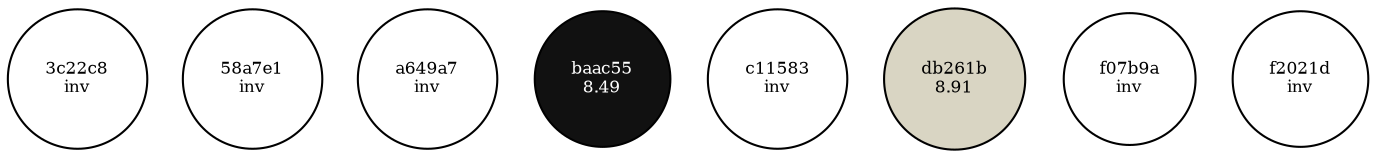
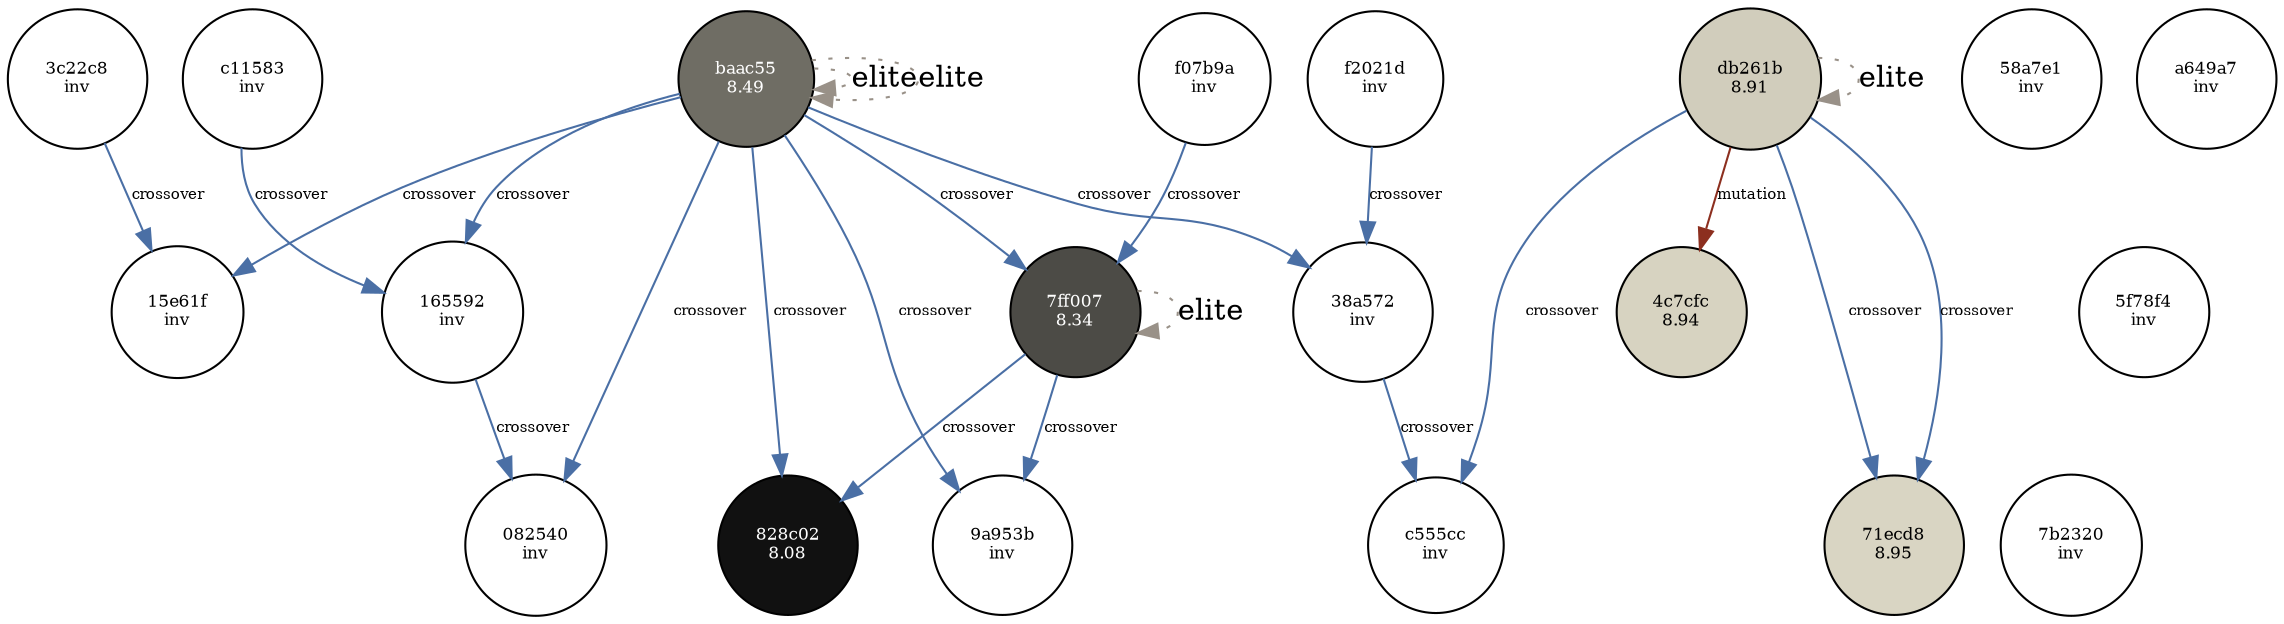
digraph lineage {
  rankdir=TB; node [shape=circle, style=filled, fontsize=8];
  "3c22c8825023" [label="3c22c8\ninv", fillcolor="#ffffff", style="solid", fontcolor=black];
  "58a7e117863f" [label="58a7e1\ninv", fillcolor="#ffffff", style="solid", fontcolor=black];
  "a649a73b7931" [label="a649a7\ninv", fillcolor="#ffffff", style="solid", fontcolor=black];
-   "baac55fb3837" [label="baac55\n8.49", fillcolor="#111111", style="filled", fontcolor=white];
+   "baac55fb3837" [label="baac55\n8.49", fillcolor="#6f6d64", style="filled", fontcolor=white];
  "c115835c6e82" [label="c11583\ninv", fillcolor="#ffffff", style="solid", fontcolor=black];
-   "db261bddf5bf" [label="db261b\n8.91", fillcolor="#d9d5c3", style="filled", fontcolor=black];
+   "db261bddf5bf" [label="db261b\n8.91", fillcolor="#d1cdbc", style="filled", fontcolor=black];
  "f07b9a58dc09" [label="f07b9a\ninv", fillcolor="#ffffff", style="solid", fontcolor=black];
  "f2021def0301" [label="f2021d\ninv", fillcolor="#ffffff", style="solid", fontcolor=black];
+   "15e61fa155bc" [label="15e61f\ninv", fillcolor="#ffffff", style="solid", fontcolor=black];
+   "baac55fb3837" -> "15e61fa155bc" [label="crossover", color="#4a6fa5", fontsize=7];
+   "3c22c8825023" -> "15e61fa155bc" [label="crossover", color="#4a6fa5", fontsize=7];
+   "165592f13128" [label="165592\ninv", fillcolor="#ffffff", style="solid", fontcolor=black];
+   "c115835c6e82" -> "165592f13128" [label="crossover", color="#4a6fa5", fontsize=7];
+   "baac55fb3837" -> "165592f13128" [label="crossover", color="#4a6fa5", fontsize=7];
+   "38a572108ce3" [label="38a572\ninv", fillcolor="#ffffff", style="solid", fontcolor=black];
+   "baac55fb3837" -> "38a572108ce3" [label="crossover", color="#4a6fa5", fontsize=7];
+   "f2021def0301" -> "38a572108ce3" [label="crossover", color="#4a6fa5", fontsize=7];
+   "4c7cfc376983" [label="4c7cfc\n8.94", fillcolor="#d7d3c1", style="filled", fontcolor=black];
+   "db261bddf5bf" -> "4c7cfc376983" [label="mutation", color="#8c2f1f", fontsize=7];
+   "5f78f4b0610e" [label="5f78f4\ninv", fillcolor="#ffffff", style="solid", fontcolor=black];
+   "7ff007f350ce" [label="7ff007\n8.34", fillcolor="#4c4b46", style="filled", fontcolor=white];
+   "f07b9a58dc09" -> "7ff007f350ce" [label="crossover", color="#4a6fa5", fontsize=7];
+   "baac55fb3837" -> "7ff007f350ce" [label="crossover", color="#4a6fa5", fontsize=7];
+   "0825408aaf2c" [label="082540\ninv", fillcolor="#ffffff", style="solid", fontcolor=black];
+   "165592f13128" -> "0825408aaf2c" [label="crossover", color="#4a6fa5", fontsize=7];
+   "baac55fb3837" -> "0825408aaf2c" [label="crossover", color="#4a6fa5", fontsize=7];
+   "71ecd847dd02" [label="71ecd8\n8.95", fillcolor="#d9d5c3", style="filled", fontcolor=black];
+   "db261bddf5bf" -> "71ecd847dd02" [label="crossover", color="#4a6fa5", fontsize=7];
+   "db261bddf5bf" -> "71ecd847dd02" [label="crossover", color="#4a6fa5", fontsize=7];
+   "7b23207d056c" [label="7b2320\ninv", fillcolor="#ffffff", style="solid", fontcolor=black];
+   "828c02524eb1" [label="828c02\n8.08", fillcolor="#111111", style="filled", fontcolor=white];
+   "7ff007f350ce" -> "828c02524eb1" [label="crossover", color="#4a6fa5", fontsize=7];
+   "baac55fb3837" -> "828c02524eb1" [label="crossover", color="#4a6fa5", fontsize=7];
+   "9a953b3d00cc" [label="9a953b\ninv", fillcolor="#ffffff", style="solid", fontcolor=black];
+   "baac55fb3837" -> "9a953b3d00cc" [label="crossover", color="#4a6fa5", fontsize=7];
+   "7ff007f350ce" -> "9a953b3d00cc" [label="crossover", color="#4a6fa5", fontsize=7];
+   "c555ccaaf20d" [label="c555cc\ninv", fillcolor="#ffffff", style="solid", fontcolor=black];
+   "38a572108ce3" -> "c555ccaaf20d" [label="crossover", color="#4a6fa5", fontsize=7];
+   "db261bddf5bf" -> "c555ccaaf20d" [label="crossover", color="#4a6fa5", fontsize=7];
  { rank=same; "3c22c8825023"; "58a7e117863f"; "a649a73b7931"; "baac55fb3837"; "c115835c6e82"; "db261bddf5bf"; "f07b9a58dc09"; "f2021def0301" }
+   { rank=same; "15e61fa155bc"; "165592f13128"; "38a572108ce3"; "4c7cfc376983"; "5f78f4b0610e"; "7ff007f350ce" }
+   { rank=same; "0825408aaf2c"; "71ecd847dd02"; "7b23207d056c"; "828c02524eb1"; "9a953b3d00cc"; "c555ccaaf20d" }
+   "baac55fb3837" -> "baac55fb3837" [style=dotted, color="#999188", label="elite"];
+   "db261bddf5bf" -> "db261bddf5bf" [style=dotted, color="#999188", label="elite"];
+   "7ff007f350ce" -> "7ff007f350ce" [style=dotted, color="#999188", label="elite"];
+   "baac55fb3837" -> "baac55fb3837" [style=dotted, color="#999188", label="elite"];
}